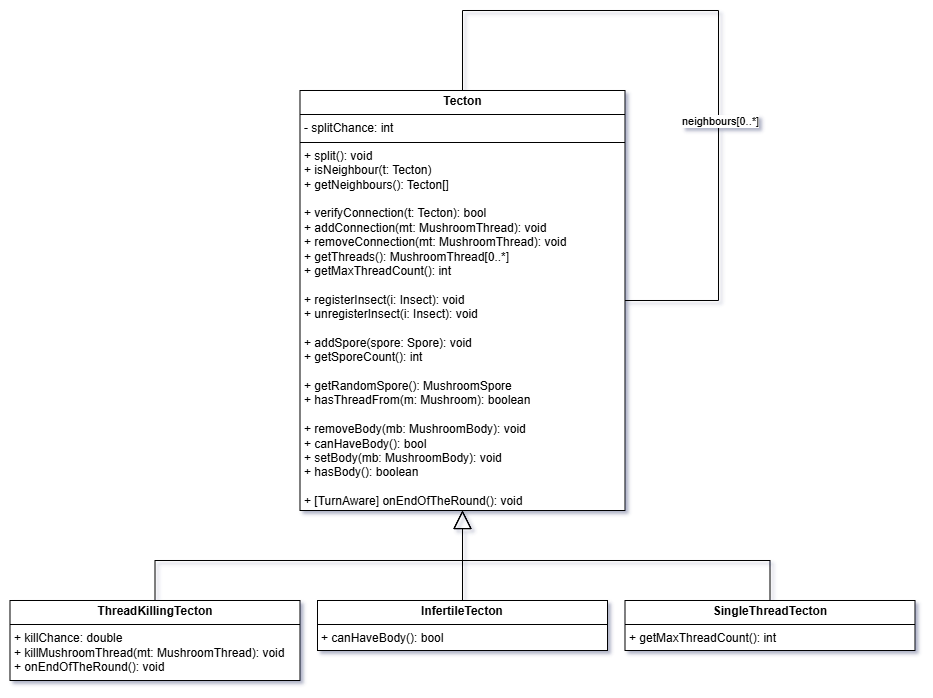
This is diagrams/class/tecton.png from dzsem/projlab, a draw.io export, as it was before one commit. Source tidied: cells renumbered, new cells last; positions are measured from the earlier drawing's top-left corner, leaving out a move shared by most shapes.
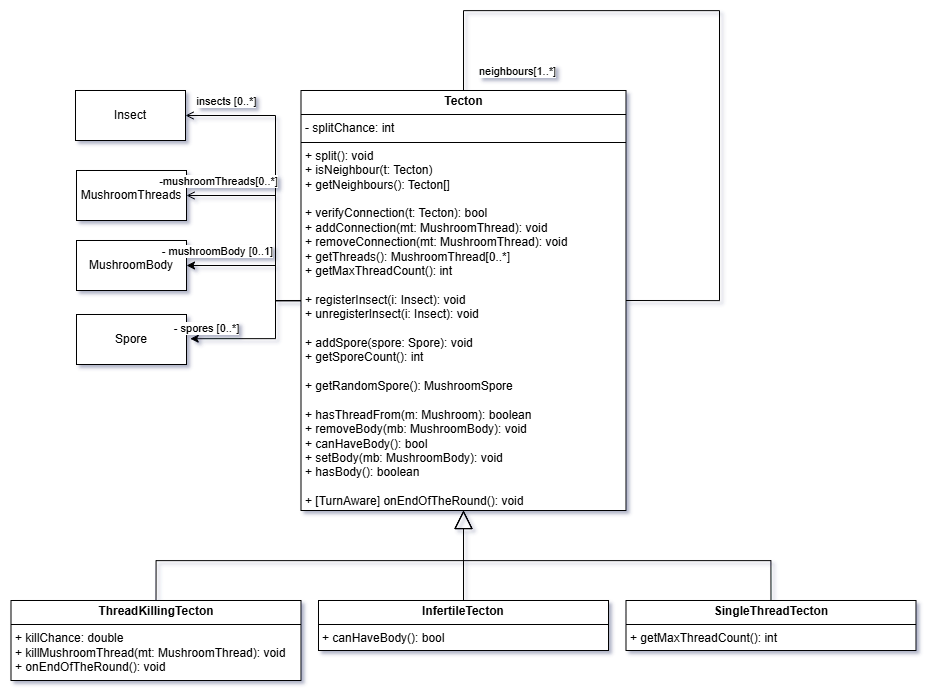
After the commit.

The edit, as a diff of the source:
```diff
@@ -2,40 +2,104 @@
   <root>
     <mxCell id="0" />
     <mxCell id="1" parent="0" />
-    <mxCell id="2" value="&lt;p style=&quot;margin:0px;margin-top:4px;text-align:center;&quot;&gt;&lt;b&gt;Tecton&lt;/b&gt;&lt;/p&gt;&lt;hr size=&quot;1&quot; style=&quot;border-style:solid;&quot;&gt;&lt;p style=&quot;margin:0px;margin-left:4px;&quot;&gt;- splitChance: int&lt;/p&gt;&lt;hr size=&quot;1&quot; style=&quot;border-style:solid;&quot;&gt;&lt;p style=&quot;margin:0px;margin-left:4px;&quot;&gt;+ &lt;span style=&quot;background-color: transparent; color: light-dark(rgb(0, 0, 0), rgb(255, 255, 255));&quot;&gt;split(): void&lt;/span&gt;&lt;/p&gt;&lt;p style=&quot;margin:0px;margin-left:4px;&quot;&gt;+ &lt;span style=&quot;background-color: transparent; color: light-dark(rgb(0, 0, 0), rgb(255, 255, 255));&quot;&gt;isNeighbour(t: Tecton)&lt;/span&gt;&lt;/p&gt;&lt;p style=&quot;margin:0px;margin-left:4px;&quot;&gt;&lt;span style=&quot;background-color: transparent; color: light-dark(rgb(0, 0, 0), rgb(255, 255, 255));&quot;&gt;+ &lt;/span&gt;&lt;span style=&quot;background-color: transparent; color: light-dark(rgb(0, 0, 0), rgb(255, 255, 255));&quot;&gt;getNeighbours(): Tecton[]&lt;/span&gt;&lt;/p&gt;&lt;p style=&quot;margin:0px;margin-left:4px;&quot;&gt;&lt;br&gt;&lt;/p&gt;&lt;p style=&quot;margin:0px;margin-left:4px;&quot;&gt;+&amp;nbsp;&lt;span style=&quot;background-color: transparent; color: light-dark(rgb(0, 0, 0), rgb(255, 255, 255));&quot;&gt;verifyConnection(t: Tecton): bool&lt;/span&gt;&lt;/p&gt;&lt;p style=&quot;margin:0px;margin-left:4px;&quot;&gt;+ &lt;span style=&quot;background-color: transparent; color: light-dark(rgb(0, 0, 0), rgb(255, 255, 255));&quot;&gt;addConnection(mt: MushroomThread): void&lt;/span&gt;&lt;/p&gt;&lt;p style=&quot;margin:0px;margin-left:4px;&quot;&gt;+ &lt;span style=&quot;background-color: transparent; color: light-dark(rgb(0, 0, 0), rgb(255, 255, 255));&quot;&gt;removeConnection(mt: MushroomThread): void&lt;/span&gt;&lt;/p&gt;&lt;p style=&quot;margin:0px;margin-left:4px;&quot;&gt;+&amp;nbsp;&lt;span style=&quot;background-color: transparent; color: light-dark(rgb(0, 0, 0), rgb(255, 255, 255));&quot;&gt;getThreads(): MushroomThread[0..*]&lt;/span&gt;&lt;/p&gt;&lt;p style=&quot;margin:0px;margin-left:4px;&quot;&gt;+ getMaxThreadCount(): int&lt;/p&gt;&lt;p style=&quot;margin:0px;margin-left:4px;&quot;&gt;&lt;br&gt;&lt;/p&gt;&lt;p style=&quot;margin:0px;margin-left:4px;&quot;&gt;&lt;span style=&quot;background-color: transparent; color: light-dark(rgb(0, 0, 0), rgb(255, 255, 255));&quot;&gt;+ &lt;/span&gt;&lt;span style=&quot;background-color: transparent; color: light-dark(rgb(0, 0, 0), rgb(255, 255, 255));&quot;&gt;registerInsect(i: Insect): void&lt;/span&gt;&lt;/p&gt;&lt;p style=&quot;margin:0px;margin-left:4px;&quot;&gt;+&amp;nbsp;&lt;span style=&quot;background-color: transparent; color: light-dark(rgb(0, 0, 0), rgb(255, 255, 255));&quot;&gt;unregisterInsect(i: Insect): void&lt;/span&gt;&lt;/p&gt;&lt;p style=&quot;margin:0px;margin-left:4px;&quot;&gt;&lt;br&gt;&lt;/p&gt;&lt;p style=&quot;margin:0px;margin-left:4px;&quot;&gt;+ &lt;span style=&quot;background-color: transparent; color: light-dark(rgb(0, 0, 0), rgb(255, 255, 255));&quot;&gt;addSpore(spore: Spore): void&lt;/span&gt;&lt;/p&gt;&lt;p style=&quot;margin:0px;margin-left:4px;&quot;&gt;&lt;span style=&quot;background-color: transparent; color: light-dark(rgb(0, 0, 0), rgb(255, 255, 255));&quot;&gt;+ &lt;/span&gt;&lt;span style=&quot;background-color: transparent; color: light-dark(rgb(0, 0, 0), rgb(255, 255, 255));&quot;&gt;getSporeCount(): int&lt;/span&gt;&lt;/p&gt;&lt;p style=&quot;margin:0px;margin-left:4px;&quot;&gt;&lt;br&gt;&lt;/p&gt;&lt;p style=&quot;margin:0px;margin-left:4px;&quot;&gt;+&amp;nbsp;&lt;span style=&quot;background-color: transparent; color: light-dark(rgb(0, 0, 0), rgb(255, 255, 255));&quot;&gt;getRandomSpore(): MushroomSpore&lt;/span&gt;&lt;/p&gt;&lt;p style=&quot;margin:0px;margin-left:4px;&quot;&gt;+ &lt;span style=&quot;background-color: transparent; color: light-dark(rgb(0, 0, 0), rgb(255, 255, 255));&quot;&gt;hasThreadFrom(m: Mushroom): boolean&lt;/span&gt;&lt;/p&gt;&lt;p style=&quot;margin:0px;margin-left:4px;&quot;&gt;&lt;br&gt;&lt;/p&gt;&lt;p style=&quot;margin:0px;margin-left:4px;&quot;&gt;+&amp;nbsp;&lt;span style=&quot;background-color: transparent; color: light-dark(rgb(0, 0, 0), rgb(255, 255, 255));&quot;&gt;removeBody(mb: MushroomBody): void&lt;/span&gt;&lt;/p&gt;&lt;p style=&quot;margin:0px;margin-left:4px;&quot;&gt;+&amp;nbsp;&lt;span style=&quot;background-color: transparent; color: light-dark(rgb(0, 0, 0), rgb(255, 255, 255));&quot;&gt;canHaveBody(): bool&lt;/span&gt;&lt;/p&gt;&lt;p style=&quot;margin:0px;margin-left:4px;&quot;&gt;+&amp;nbsp;&lt;span style=&quot;background-color: transparent; color: light-dark(rgb(0, 0, 0), rgb(255, 255, 255));&quot;&gt;setBody(mb: MushroomBody): void&lt;/span&gt;&lt;/p&gt;&lt;p style=&quot;margin:0px;margin-left:4px;&quot;&gt;+&amp;nbsp;&lt;span style=&quot;background-color: transparent; color: light-dark(rgb(0, 0, 0), rgb(255, 255, 255));&quot;&gt;hasBody(): boolean&lt;/span&gt;&lt;/p&gt;&lt;p style=&quot;margin:0px;margin-left:4px;&quot;&gt;&lt;br&gt;&lt;/p&gt;&lt;p style=&quot;margin:0px;margin-left:4px;&quot;&gt;+&amp;nbsp;&lt;span style=&quot;background-color: transparent; color: light-dark(rgb(0, 0, 0), rgb(255, 255, 255));&quot;&gt;[TurnAware]&amp;nbsp;&lt;/span&gt;&lt;span style=&quot;background-color: transparent; color: light-dark(rgb(0, 0, 0), rgb(255, 255, 255));&quot;&gt;onEndOfTheRound(): void&lt;/span&gt;&lt;/p&gt;" style="verticalAlign=top;align=left;overflow=fill;html=1;whiteSpace=wrap;" parent="1" vertex="1">
-      <mxGeometry x="289.5" y="80" width="325" height="420" as="geometry" />
+    <mxCell id="2" value="MushroomBody" style="html=1;whiteSpace=wrap;" parent="1" vertex="1">
+      <mxGeometry x="289.5" y="80" width="110" height="50" as="geometry" />
     </mxCell>
-    <mxCell id="3" style="edgeStyle=orthogonalEdgeStyle;rounded=0;jettySize=auto;html=1;exitX=0.5;exitY=0;exitDx=0;exitDy=0;endArrow=block;endFill=0;endSize=16;" parent="1" edge="1" source="4" target="2">
-      <mxGeometry relative="1" as="geometry" />
+    <mxCell id="3" style="edgeStyle=orthogonalEdgeStyle;rounded=0;jettySize=auto;html=1;entryX=1;entryY=0.5;entryDx=0;entryDy=0;endArrow=open;endFill=0;" parent="1" edge="1" source="7" target="16">
+      <mxGeometry relative="1" as="geometry">
+        <Array as="points">
+          <mxPoint x="488.5" y="140" />
+          <mxPoint x="488.5" y="-45" />
+        </Array>
+      </mxGeometry>
     </mxCell>
-    <mxCell id="4" value="&lt;p style=&quot;margin:0px;margin-top:4px;text-align:center;&quot;&gt;&lt;b&gt;ThreadKillingTecton&lt;/b&gt;&lt;/p&gt;&lt;hr size=&quot;1&quot; style=&quot;border-style:solid;&quot;&gt;&lt;p style=&quot;margin:0px;margin-left:4px;&quot;&gt;+ killChance: double&lt;/p&gt;&lt;p style=&quot;margin:0px;margin-left:4px;&quot;&gt;+ &lt;span style=&quot;background-color: transparent; color: light-dark(rgb(0, 0, 0), rgb(255, 255, 255));&quot;&gt;killMushroomThread(mt: MushroomThread): void&lt;/span&gt;&lt;/p&gt;&lt;p style=&quot;margin:0px;margin-left:4px;&quot;&gt;+&amp;nbsp;&lt;span style=&quot;background-color: transparent; color: light-dark(rgb(0, 0, 0), rgb(255, 255, 255));&quot;&gt;onEndOfTheRound(): void&lt;/span&gt;&lt;/p&gt;" style="verticalAlign=top;align=left;overflow=fill;html=1;whiteSpace=wrap;" parent="1" vertex="1">
-      <mxGeometry x="-0.5" y="590" width="290" height="80" as="geometry" />
+    <mxCell id="4" value="insects [0..*]" style="edgeLabel;html=1;align=center;verticalAlign=middle;points=[];" parent="3" vertex="1">
+      <mxGeometry x="0.93" y="1" relative="1" as="geometry">
+        <mxPoint x="30" y="-16" as="offset" />
+      </mxGeometry>
     </mxCell>
-    <mxCell id="5" style="edgeStyle=orthogonalEdgeStyle;rounded=0;jettySize=auto;html=1;exitX=0.5;exitY=0;exitDx=0;exitDy=0;endArrow=block;endFill=0;endSize=16;" parent="1" edge="1" source="6" target="2">
-      <mxGeometry relative="1" as="geometry" />
+    <mxCell id="5" style="edgeStyle=orthogonalEdgeStyle;rounded=0;jettySize=auto;html=1;entryX=1;entryY=0.5;entryDx=0;entryDy=0;" parent="1" edge="1" source="7" target="2">
+      <mxGeometry relative="1" as="geometry">
+        <Array as="points">
+          <mxPoint x="488.5" y="140" />
+          <mxPoint x="488.5" y="105" />
+        </Array>
+      </mxGeometry>
     </mxCell>
-    <mxCell id="6" value="&lt;p style=&quot;margin:0px;margin-top:4px;text-align:center;&quot;&gt;&lt;b&gt;InfertileTecton&lt;/b&gt;&lt;/p&gt;&lt;hr size=&quot;1&quot; style=&quot;border-style:solid;&quot;&gt;&lt;p style=&quot;margin:0px;margin-left:4px;&quot;&gt;+ canHaveBody(): bool&lt;/p&gt;" style="verticalAlign=top;align=left;overflow=fill;html=1;whiteSpace=wrap;" parent="1" vertex="1">
-      <mxGeometry x="307" y="590" width="290" height="50" as="geometry" />
+    <mxCell id="6" value="- mushroomBody [0..1]" style="edgeLabel;html=1;align=center;verticalAlign=middle;points=[];" parent="5" vertex="1">
+      <mxGeometry x="0.84" relative="1" as="geometry">
+        <mxPoint x="17" y="-15" as="offset" />
+      </mxGeometry>
     </mxCell>
-    <mxCell id="7" style="edgeStyle=orthogonalEdgeStyle;rounded=0;jettySize=auto;html=1;exitX=0.5;exitY=0;exitDx=0;exitDy=0;endArrow=block;endFill=0;endSize=16;" parent="1" edge="1" source="8" target="2">
-      <mxGeometry relative="1" as="geometry" />
+    <mxCell id="7" value="&lt;p style=&quot;margin:0px;margin-top:4px;text-align:center;&quot;&gt;&lt;b&gt;Tecton&lt;/b&gt;&lt;/p&gt;&lt;hr size=&quot;1&quot; style=&quot;border-style:solid;&quot;&gt;&lt;p style=&quot;margin:0px;margin-left:4px;&quot;&gt;- splitChance: int&lt;/p&gt;&lt;hr size=&quot;1&quot; style=&quot;border-style:solid;&quot;&gt;&lt;p style=&quot;margin:0px;margin-left:4px;&quot;&gt;+ &lt;span style=&quot;background-color: transparent; color: light-dark(rgb(0, 0, 0), rgb(255, 255, 255));&quot;&gt;split(): void&lt;/span&gt;&lt;/p&gt;&lt;p style=&quot;margin:0px;margin-left:4px;&quot;&gt;+ &lt;span style=&quot;background-color: transparent; color: light-dark(rgb(0, 0, 0), rgb(255, 255, 255));&quot;&gt;isNeighbour(t: Tecton)&lt;/span&gt;&lt;/p&gt;&lt;p style=&quot;margin:0px;margin-left:4px;&quot;&gt;&lt;span style=&quot;background-color: transparent; color: light-dark(rgb(0, 0, 0), rgb(255, 255, 255));&quot;&gt;+ &lt;/span&gt;&lt;span style=&quot;background-color: transparent; color: light-dark(rgb(0, 0, 0), rgb(255, 255, 255));&quot;&gt;getNeighbours(): Tecton[]&lt;/span&gt;&lt;/p&gt;&lt;p style=&quot;margin:0px;margin-left:4px;&quot;&gt;&lt;br&gt;&lt;/p&gt;&lt;p style=&quot;margin:0px;margin-left:4px;&quot;&gt;+&amp;nbsp;&lt;span style=&quot;background-color: transparent; color: light-dark(rgb(0, 0, 0), rgb(255, 255, 255));&quot;&gt;verifyConnection(t: Tecton): bool&lt;/span&gt;&lt;/p&gt;&lt;p style=&quot;margin:0px;margin-left:4px;&quot;&gt;+ &lt;span style=&quot;background-color: transparent; color: light-dark(rgb(0, 0, 0), rgb(255, 255, 255));&quot;&gt;addConnection(mt: MushroomThread): void&lt;/span&gt;&lt;/p&gt;&lt;p style=&quot;margin:0px;margin-left:4px;&quot;&gt;+ &lt;span style=&quot;background-color: transparent; color: light-dark(rgb(0, 0, 0), rgb(255, 255, 255));&quot;&gt;removeConnection(mt: MushroomThread): void&lt;/span&gt;&lt;/p&gt;&lt;p style=&quot;margin:0px;margin-left:4px;&quot;&gt;+&amp;nbsp;&lt;span style=&quot;background-color: transparent; color: light-dark(rgb(0, 0, 0), rgb(255, 255, 255));&quot;&gt;getThreads(): MushroomThread[0..*]&lt;/span&gt;&lt;/p&gt;&lt;p style=&quot;margin:0px;margin-left:4px;&quot;&gt;+ getMaxThreadCount(): int&lt;/p&gt;&lt;p style=&quot;margin:0px;margin-left:4px;&quot;&gt;&lt;br&gt;&lt;/p&gt;&lt;p style=&quot;margin:0px;margin-left:4px;&quot;&gt;&lt;span style=&quot;background-color: transparent; color: light-dark(rgb(0, 0, 0), rgb(255, 255, 255));&quot;&gt;+ &lt;/span&gt;&lt;span style=&quot;background-color: transparent; color: light-dark(rgb(0, 0, 0), rgb(255, 255, 255));&quot;&gt;registerInsect(i: Insect): void&lt;/span&gt;&lt;/p&gt;&lt;p style=&quot;margin:0px;margin-left:4px;&quot;&gt;+&amp;nbsp;&lt;span style=&quot;background-color: transparent; color: light-dark(rgb(0, 0, 0), rgb(255, 255, 255));&quot;&gt;unregisterInsect(i: Insect): void&lt;/span&gt;&lt;/p&gt;&lt;p style=&quot;margin:0px;margin-left:4px;&quot;&gt;&lt;br&gt;&lt;/p&gt;&lt;p style=&quot;margin:0px;margin-left:4px;&quot;&gt;+ &lt;span style=&quot;background-color: transparent; color: light-dark(rgb(0, 0, 0), rgb(255, 255, 255));&quot;&gt;addSpore(spore: Spore): void&lt;/span&gt;&lt;/p&gt;&lt;p style=&quot;margin:0px;margin-left:4px;&quot;&gt;&lt;span style=&quot;background-color: transparent; color: light-dark(rgb(0, 0, 0), rgb(255, 255, 255));&quot;&gt;+ &lt;/span&gt;&lt;span style=&quot;background-color: transparent; color: light-dark(rgb(0, 0, 0), rgb(255, 255, 255));&quot;&gt;getSporeCount(): int&lt;/span&gt;&lt;/p&gt;&lt;p style=&quot;margin:0px;margin-left:4px;&quot;&gt;&lt;br&gt;&lt;/p&gt;&lt;p style=&quot;margin:0px;margin-left:4px;&quot;&gt;+&amp;nbsp;&lt;span style=&quot;background-color: transparent; color: light-dark(rgb(0, 0, 0), rgb(255, 255, 255));&quot;&gt;getRandomSpore(): MushroomSpore&lt;/span&gt;&lt;/p&gt;&lt;p style=&quot;margin:0px;margin-left:4px;&quot;&gt;&lt;span style=&quot;background-color: transparent; color: light-dark(rgb(0, 0, 0), rgb(255, 255, 255));&quot;&gt;&lt;br&gt;&lt;/span&gt;&lt;/p&gt;&lt;p style=&quot;margin:0px;margin-left:4px;&quot;&gt;+ &lt;span style=&quot;background-color: transparent; color: light-dark(rgb(0, 0, 0), rgb(255, 255, 255));&quot;&gt;hasThreadFrom(m: Mushroom): boolean&lt;/span&gt;&lt;/p&gt;&lt;p style=&quot;margin:0px;margin-left:4px;&quot;&gt;&lt;span style=&quot;background-color: transparent; color: light-dark(rgb(0, 0, 0), rgb(255, 255, 255));&quot;&gt;+&amp;nbsp;&lt;/span&gt;&lt;span style=&quot;background-color: transparent; color: light-dark(rgb(0, 0, 0), rgb(255, 255, 255));&quot;&gt;removeBody(mb: MushroomBody): void&lt;/span&gt;&lt;/p&gt;&lt;p style=&quot;margin:0px;margin-left:4px;&quot;&gt;+&amp;nbsp;&lt;span style=&quot;background-color: transparent; color: light-dark(rgb(0, 0, 0), rgb(255, 255, 255));&quot;&gt;canHaveBody(): bool&lt;/span&gt;&lt;/p&gt;&lt;p style=&quot;margin:0px;margin-left:4px;&quot;&gt;+&amp;nbsp;&lt;span style=&quot;background-color: transparent; color: light-dark(rgb(0, 0, 0), rgb(255, 255, 255));&quot;&gt;setBody(mb: MushroomBody): void&lt;/span&gt;&lt;/p&gt;&lt;p style=&quot;margin:0px;margin-left:4px;&quot;&gt;+&amp;nbsp;&lt;span style=&quot;background-color: transparent; color: light-dark(rgb(0, 0, 0), rgb(255, 255, 255));&quot;&gt;hasBody(): boolean&lt;/span&gt;&lt;/p&gt;&lt;p style=&quot;margin:0px;margin-left:4px;&quot;&gt;&lt;br&gt;&lt;/p&gt;&lt;p style=&quot;margin:0px;margin-left:4px;&quot;&gt;+&amp;nbsp;&lt;span style=&quot;background-color: transparent; color: light-dark(rgb(0, 0, 0), rgb(255, 255, 255));&quot;&gt;[TurnAware]&amp;nbsp;&lt;/span&gt;&lt;span style=&quot;background-color: transparent; color: light-dark(rgb(0, 0, 0), rgb(255, 255, 255));&quot;&gt;onEndOfTheRound(): void&lt;/span&gt;&lt;/p&gt;" style="verticalAlign=top;align=left;overflow=fill;html=1;whiteSpace=wrap;" parent="1" vertex="1">
+      <mxGeometry x="514" y="-70" width="325" height="420" as="geometry" />
     </mxCell>
-    <mxCell id="8" value="&lt;p style=&quot;margin:0px;margin-top:4px;text-align:center;&quot;&gt;&lt;b&gt;SingleThreadTecton&lt;/b&gt;&lt;/p&gt;&lt;hr size=&quot;1&quot; style=&quot;border-style:solid;&quot;&gt;&lt;p style=&quot;margin:0px;margin-left:4px;&quot;&gt;+ getMaxThreadCount(): int&lt;/p&gt;" style="verticalAlign=top;align=left;overflow=fill;html=1;whiteSpace=wrap;" parent="1" vertex="1">
-      <mxGeometry x="614.5" y="590" width="290" height="50" as="geometry" />
+    <mxCell id="8" style="edgeStyle=orthogonalEdgeStyle;rounded=0;jettySize=auto;html=1;exitX=0.5;exitY=0;exitDx=0;exitDy=0;endArrow=block;endFill=0;endSize=16;" parent="1" edge="1" source="9" target="7">
+      <mxGeometry relative="1" as="geometry" />
     </mxCell>
-    <mxCell id="9" style="edgeStyle=orthogonalEdgeStyle;rounded=0;orthogonalLoop=1;jettySize=auto;html=1;exitX=0.5;exitY=0;exitDx=0;exitDy=0;entryX=1;entryY=0.5;entryDx=0;entryDy=0;endArrow=none;startFill=0;" parent="1" edge="1" source="2" target="2">
-      <mxGeometry relative="1" as="geometry">
-        <Array as="points">
-          <mxPoint x="452" />
-          <mxPoint x="708" />
-          <mxPoint x="708" y="290" />
-        </Array>
-      </mxGeometry>
+    <mxCell id="9" value="&lt;p style=&quot;margin:0px;margin-top:4px;text-align:center;&quot;&gt;&lt;b&gt;ThreadKillingTecton&lt;/b&gt;&lt;/p&gt;&lt;hr size=&quot;1&quot; style=&quot;border-style:solid;&quot;&gt;&lt;p style=&quot;margin:0px;margin-left:4px;&quot;&gt;+ killChance: double&lt;/p&gt;&lt;p style=&quot;margin:0px;margin-left:4px;&quot;&gt;+ &lt;span style=&quot;background-color: transparent; color: light-dark(rgb(0, 0, 0), rgb(255, 255, 255));&quot;&gt;killMushroomThread(mt: MushroomThread): void&lt;/span&gt;&lt;/p&gt;&lt;p style=&quot;margin:0px;margin-left:4px;&quot;&gt;+&amp;nbsp;&lt;span style=&quot;background-color: transparent; color: light-dark(rgb(0, 0, 0), rgb(255, 255, 255));&quot;&gt;onEndOfTheRound(): void&lt;/span&gt;&lt;/p&gt;" style="verticalAlign=top;align=left;overflow=fill;html=1;whiteSpace=wrap;" parent="1" vertex="1">
+      <mxGeometry x="224" y="440" width="290" height="80" as="geometry" />
     </mxCell>
-    <mxCell id="10" value="neighbou&lt;span style=&quot;background-color: light-dark(#ffffff, var(--ge-dark-color, #121212)); color: light-dark(rgb(0, 0, 0), rgb(255, 255, 255));&quot;&gt;rs[0..*]&lt;/span&gt;" style="edgeLabel;html=1;align=center;verticalAlign=middle;" parent="9" vertex="1">
-      <mxGeometry x="0.88" relative="1" as="geometry">
-        <mxPoint x="52" y="-180" as="offset" />
-      </mxGeometry>
+    <mxCell id="10" style="edgeStyle=orthogonalEdgeStyle;rounded=0;jettySize=auto;html=1;exitX=0.5;exitY=0;exitDx=0;exitDy=0;endArrow=block;endFill=0;endSize=16;" parent="1" edge="1" source="11" target="7">
+      <mxGeometry relative="1" as="geometry" />
     </mxCell>
+    <mxCell id="11" value="&lt;p style=&quot;margin:0px;margin-top:4px;text-align:center;&quot;&gt;&lt;b&gt;InfertileTecton&lt;/b&gt;&lt;/p&gt;&lt;hr size=&quot;1&quot; style=&quot;border-style:solid;&quot;&gt;&lt;p style=&quot;margin:0px;margin-left:4px;&quot;&gt;+ canHaveBody(): bool&lt;/p&gt;" style="verticalAlign=top;align=left;overflow=fill;html=1;whiteSpace=wrap;" parent="1" vertex="1">
+      <mxGeometry x="531.5" y="440" width="290" height="50" as="geometry" />
+    </mxCell>
+    <mxCell id="12" style="edgeStyle=orthogonalEdgeStyle;rounded=0;jettySize=auto;html=1;exitX=0.5;exitY=0;exitDx=0;exitDy=0;endArrow=block;endFill=0;endSize=16;" parent="1" edge="1" source="13" target="7">
+      <mxGeometry relative="1" as="geometry" />
+    </mxCell>
+    <mxCell id="13" value="&lt;p style=&quot;margin:0px;margin-top:4px;text-align:center;&quot;&gt;&lt;b&gt;SingleThreadTecton&lt;/b&gt;&lt;/p&gt;&lt;hr size=&quot;1&quot; style=&quot;border-style:solid;&quot;&gt;&lt;p style=&quot;margin:0px;margin-left:4px;&quot;&gt;+ getMaxThreadCount(): int&lt;/p&gt;" style="verticalAlign=top;align=left;overflow=fill;html=1;whiteSpace=wrap;" parent="1" vertex="1">
+      <mxGeometry x="839" y="440" width="290" height="50" as="geometry" />
+    </mxCell>
+    <mxCell id="14" style="edgeStyle=orthogonalEdgeStyle;rounded=0;orthogonalLoop=1;jettySize=auto;html=1;exitX=0.5;exitY=0;exitDx=0;exitDy=0;entryX=1;entryY=0.5;entryDx=0;entryDy=0;endArrow=none;startFill=0;" parent="1" edge="1" source="7" target="7">
+      <mxGeometry relative="1" as="geometry">
+        <Array as="points">
+          <mxPoint x="676.5" y="-150" />
+          <mxPoint x="932.5" y="-150" />
+          <mxPoint x="932.5" y="140" />
+        </Array>
+      </mxGeometry>
+    </mxCell>
+    <mxCell id="15" value="neighbou&lt;span style=&quot;background-color: light-dark(#ffffff, var(--ge-dark-color, #121212)); color: light-dark(rgb(0, 0, 0), rgb(255, 255, 255));&quot;&gt;rs[1..*]&lt;/span&gt;" style="edgeLabel;html=1;align=center;verticalAlign=middle;" parent="14" vertex="1">
+      <mxGeometry x="0.88" relative="1" as="geometry">
+        <mxPoint x="-152" y="-230" as="offset" />
+      </mxGeometry>
+    </mxCell>
+    <mxCell id="16" value="Insect" style="html=1;whiteSpace=wrap;" parent="1" vertex="1">
+      <mxGeometry x="288.5" y="-70" width="110" height="50" as="geometry" />
+    </mxCell>
+    <mxCell id="17" value="MushroomThreads" style="html=1;whiteSpace=wrap;" parent="1" vertex="1">
+      <mxGeometry x="289.5" y="10" width="110" height="50" as="geometry" />
+    </mxCell>
+    <mxCell id="18" style="edgeStyle=orthogonalEdgeStyle;rounded=0;jettySize=auto;html=1;entryX=1;entryY=0.5;entryDx=0;entryDy=0;endArrow=open;endFill=0;" parent="1" edge="1" source="7" target="17">
+      <mxGeometry relative="1" as="geometry">
+        <Array as="points">
+          <mxPoint x="488.5" y="140" />
+          <mxPoint x="488.5" y="35" />
+        </Array>
+      </mxGeometry>
+    </mxCell>
+    <mxCell id="19" value="-mushroomThreads[0..*]" style="edgeLabel;html=1;align=center;verticalAlign=middle;" parent="18" vertex="1">
+      <mxGeometry x="0.83" relative="1" as="geometry">
+        <mxPoint x="11" y="-15" as="offset" />
+      </mxGeometry>
+    </mxCell>
+    <mxCell id="20" value="Spore" style="html=1;whiteSpace=wrap;" parent="1" vertex="1">
+      <mxGeometry x="289.5" y="154" width="110" height="50" as="geometry" />
+    </mxCell>
+    <mxCell id="21" style="edgeStyle=orthogonalEdgeStyle;rounded=0;jettySize=auto;html=1;entryX=1.034;entryY=0.484;entryDx=0;entryDy=0;entryPerimeter=0;" parent="1" edge="1" source="7" target="20">
+      <mxGeometry relative="1" as="geometry">
+        <Array as="points">
+          <mxPoint x="488.5" y="140" />
+          <mxPoint x="488.5" y="178" />
+        </Array>
+      </mxGeometry>
+    </mxCell>
+    <mxCell id="22" value="- spores [0..*]" style="edgeLabel;html=1;align=center;verticalAlign=middle;" parent="21" vertex="1">
+      <mxGeometry x="0.83" y="1" relative="1" as="geometry">
+        <mxPoint x="3" y="-13" as="offset" />
+      </mxGeometry>
+    </mxCell>
   </root>
 </mxGraphModel>
```
